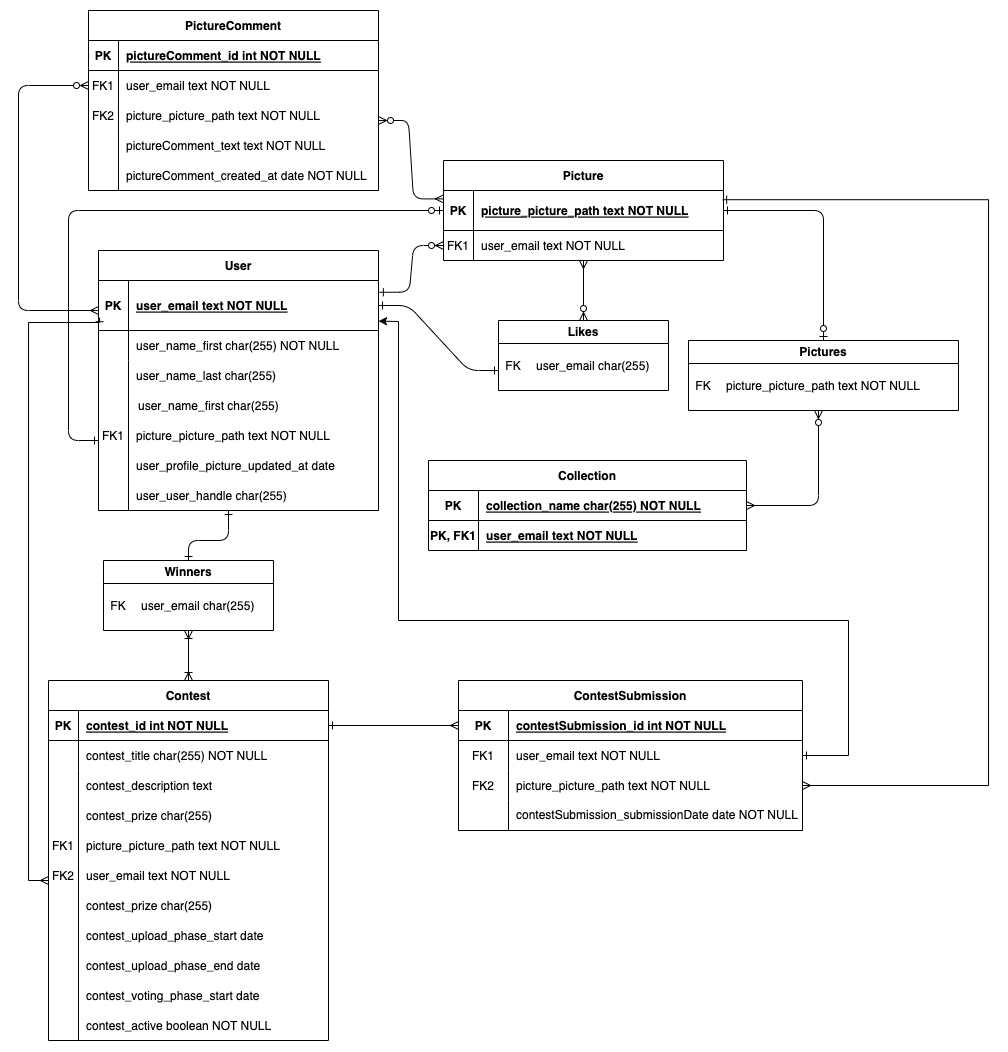
Above: Documentation/DataModel.png in runtimerevolution/revent-api (draw.io), before the change. Source tidied: cells renumbered, new cells last; positions are measured from the earlier drawing's top-left corner, leaving out a move shared by most shapes.
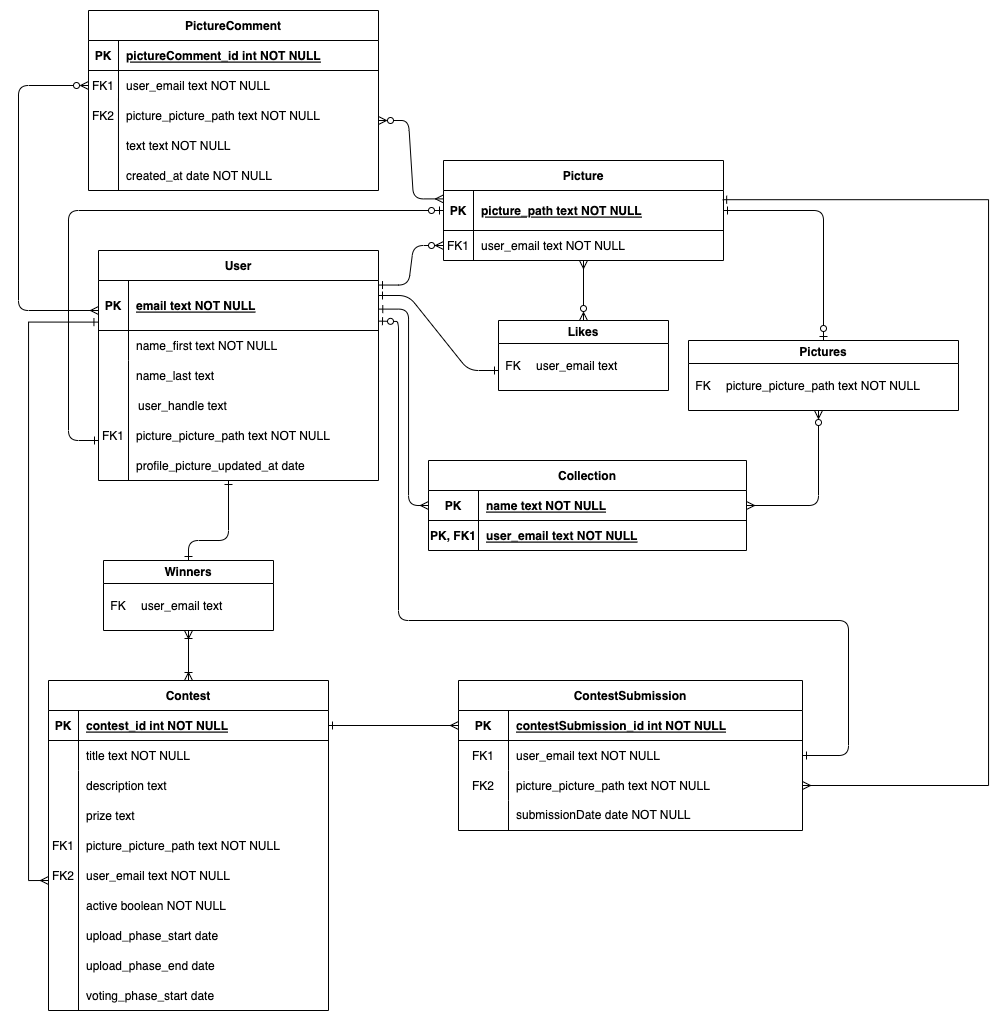
Above is the later version.

Commit message:
Fix data model

What changed in the source:
```diff
@@ -4,3 +4,3 @@
     <mxCell id="1" parent="0" />
-    <mxCell id="2" style="edgeStyle=entityRelationEdgeStyle;endArrow=ERzeroToMany;startArrow=ERone;endFill=1;startFill=0;exitX=1.003;exitY=0.235;exitDx=0;exitDy=0;exitPerimeter=0;" parent="1" edge="1" source="11" target="7">
+    <mxCell id="2" style="edgeStyle=entityRelationEdgeStyle;endArrow=ERzeroToMany;startArrow=ERone;endFill=1;startFill=0;exitX=1;exitY=0.091;exitDx=0;exitDy=0;exitPerimeter=0;" parent="1" edge="1" source="11" target="7">
       <mxGeometry relative="1" as="geometry" />
@@ -16,3 +16,3 @@
     </mxCell>
-    <mxCell id="6" value="picture_picture_path text NOT NULL " style="shape=partialRectangle;overflow=hidden;fillColor=none;top=0;left=0;bottom=0;right=0;align=left;spacingLeft=6;fontStyle=5;" parent="4" vertex="1">
+    <mxCell id="6" value="picture_path text NOT NULL " style="shape=partialRectangle;overflow=hidden;fillColor=none;top=0;left=0;bottom=0;right=0;align=left;spacingLeft=6;fontStyle=5;" parent="4" vertex="1">
       <mxGeometry x="30" width="250" height="40" as="geometry" />
@@ -29,3 +29,3 @@
     <mxCell id="10" value="User" style="shape=table;startSize=30;rowLines=0;fontStyle=1;align=center;" parent="1" vertex="1">
-      <mxGeometry x="80" y="240" width="280" height="260" as="geometry" />
+      <mxGeometry x="80" y="240" width="280" height="230" as="geometry" />
     </mxCell>
@@ -37,3 +37,3 @@
     </mxCell>
-    <mxCell id="13" value="user_email text NOT NULL" style="shape=partialRectangle;overflow=hidden;fillColor=none;top=0;left=0;bottom=0;right=0;align=left;spacingLeft=6;fontStyle=5;" parent="11" vertex="1">
+    <mxCell id="13" value="email text NOT NULL" style="shape=partialRectangle;overflow=hidden;fillColor=none;top=0;left=0;bottom=0;right=0;align=left;spacingLeft=6;fontStyle=5;" parent="11" vertex="1">
       <mxGeometry x="30" width="250" height="50" as="geometry" />
@@ -46,3 +46,3 @@
     </mxCell>
-    <mxCell id="16" value="user_name_first char(255) NOT NULL" style="shape=partialRectangle;overflow=hidden;fillColor=none;top=0;left=0;bottom=0;right=0;align=left;spacingLeft=6;" parent="14" vertex="1">
+    <mxCell id="16" value="name_first text NOT NULL" style="shape=partialRectangle;overflow=hidden;fillColor=none;top=0;left=0;bottom=0;right=0;align=left;spacingLeft=6;" parent="14" vertex="1">
       <mxGeometry x="30" width="250" height="30" as="geometry" />
@@ -52,3 +52,3 @@
     </mxCell>
-    <mxCell id="18" value="user_name_last char(255)" style="shape=partialRectangle;overflow=hidden;fillColor=none;top=0;left=0;bottom=0;right=0;align=left;spacingLeft=6;" parent="1" vertex="1">
+    <mxCell id="18" value="name_last text" style="shape=partialRectangle;overflow=hidden;fillColor=none;top=0;left=0;bottom=0;right=0;align=left;spacingLeft=6;" parent="1" vertex="1">
       <mxGeometry x="110" y="350" width="250" height="30" as="geometry" />
@@ -58,3 +58,3 @@
     </mxCell>
-    <mxCell id="20" value="user_name_first char(255)" style="shape=partialRectangle;overflow=hidden;fillColor=none;top=0;left=0;bottom=0;right=0;align=left;spacingLeft=6;" parent="1" vertex="1">
+    <mxCell id="20" value="user_handle text" style="shape=partialRectangle;overflow=hidden;fillColor=none;top=0;left=0;bottom=0;right=0;align=left;spacingLeft=6;" parent="1" vertex="1">
       <mxGeometry x="112" y="380" width="250" height="30" as="geometry" />
@@ -70,3 +70,3 @@
     </mxCell>
-    <mxCell id="24" value="user_profile_picture_updated_at date" style="shape=partialRectangle;overflow=hidden;fillColor=none;top=0;left=0;bottom=0;right=0;align=left;spacingLeft=6;" parent="1" vertex="1">
+    <mxCell id="24" value="profile_picture_updated_at date" style="shape=partialRectangle;overflow=hidden;fillColor=none;top=0;left=0;bottom=0;right=0;align=left;spacingLeft=6;" parent="1" vertex="1">
       <mxGeometry x="110" y="440" width="250" height="30" as="geometry" />
@@ -75,3 +75,3 @@
       <mxGeometry relative="1" as="geometry">
-        <mxPoint x="110" y="500" as="sourcePoint" />
+        <mxPoint x="110" y="470" as="sourcePoint" />
         <mxPoint x="110" y="350" as="targetPoint" />
@@ -79,8 +79,2 @@
     </mxCell>
-    <mxCell id="26" style="shape=partialRectangle;overflow=hidden;fillColor=none;top=0;left=0;bottom=0;right=0;" parent="1" vertex="1">
-      <mxGeometry x="80" y="470" width="30" height="30" as="geometry" />
-    </mxCell>
-    <mxCell id="27" value="user_user_handle char(255)" style="shape=partialRectangle;overflow=hidden;fillColor=none;top=0;left=0;bottom=0;right=0;align=left;spacingLeft=6;" parent="1" vertex="1">
-      <mxGeometry x="110" y="470" width="250" height="30" as="geometry" />
-    </mxCell>
     <mxCell id="28" value="Likes" style="swimlane;whiteSpace=wrap;html=1;" parent="1" vertex="1">
@@ -91,3 +85,3 @@
     </mxCell>
-    <mxCell id="30" value="user_email char(255)" style="shape=partialRectangle;overflow=hidden;fillColor=none;top=0;left=0;bottom=0;right=0;align=left;spacingLeft=6;" parent="28" vertex="1">
+    <mxCell id="30" value="user_email text" style="shape=partialRectangle;overflow=hidden;fillColor=none;top=0;left=0;bottom=0;right=0;align=left;spacingLeft=6;" parent="28" vertex="1">
       <mxGeometry x="30" y="30" width="250" height="30" as="geometry" />
@@ -97,4 +91,5 @@
     </mxCell>
-    <mxCell id="32" style="edgeStyle=entityRelationEdgeStyle;endArrow=ERone;startArrow=ERone;endFill=0;startFill=0;exitX=1;exitY=0.5;exitDx=0;exitDy=0;" parent="1" edge="1" source="11">
+    <mxCell id="32" style="edgeStyle=entityRelationEdgeStyle;endArrow=ERone;startArrow=ERone;endFill=0;startFill=0;" parent="1" edge="1">
       <mxGeometry relative="1" as="geometry">
+        <mxPoint x="360" y="285" as="sourcePoint" />
         <mxPoint x="480" y="360" as="targetPoint" />
@@ -138,3 +133,3 @@
     </mxCell>
-    <mxCell id="45" value="pictureComment_text text NOT NULL" style="shape=partialRectangle;overflow=hidden;fillColor=none;top=0;left=0;bottom=0;right=0;align=left;spacingLeft=6;" parent="43" vertex="1">
+    <mxCell id="45" value="text text NOT NULL" style="shape=partialRectangle;overflow=hidden;fillColor=none;top=0;left=0;bottom=0;right=0;align=left;spacingLeft=6;" parent="43" vertex="1">
       <mxGeometry x="30" width="250" height="30" as="geometry" />
@@ -147,3 +142,3 @@
     </mxCell>
-    <mxCell id="48" value="pictureComment_created_at date NOT NULL" style="shape=partialRectangle;overflow=hidden;fillColor=none;top=0;left=0;bottom=0;right=0;align=left;spacingLeft=6;" parent="46" vertex="1">
+    <mxCell id="48" value="created_at date NOT NULL" style="shape=partialRectangle;overflow=hidden;fillColor=none;top=0;left=0;bottom=0;right=0;align=left;spacingLeft=6;" parent="46" vertex="1">
       <mxGeometry x="30" width="250" height="30" as="geometry" />
@@ -170,3 +165,3 @@
     <mxCell id="52" value="Contest" style="shape=table;startSize=30;rowLines=0;fontStyle=1;align=center;" parent="1" vertex="1">
-      <mxGeometry x="30" y="670" width="280" height="360" as="geometry" />
+      <mxGeometry x="30" y="670" width="280" height="330" as="geometry" />
     </mxCell>
@@ -187,3 +182,3 @@
     </mxCell>
-    <mxCell id="58" value="contest_title char(255) NOT NULL" style="shape=partialRectangle;overflow=hidden;fillColor=none;top=0;left=0;bottom=0;right=0;align=left;spacingLeft=6;" parent="56" vertex="1">
+    <mxCell id="58" value="title text NOT NULL" style="shape=partialRectangle;overflow=hidden;fillColor=none;top=0;left=0;bottom=0;right=0;align=left;spacingLeft=6;" parent="56" vertex="1">
       <mxGeometry x="30" width="250" height="30" as="geometry" />
@@ -226,3 +221,3 @@
     </mxCell>
-    <mxCell id="71" value="contestSubmission_submissionDate date NOT NULL" style="shape=partialRectangle;fillColor=none;top=0;left=0;bottom=0;right=0;align=left;spacingLeft=6;fontStyle=0;overflow=hidden;whiteSpace=wrap;html=1;" parent="69" vertex="1">
+    <mxCell id="71" value="submissionDate date NOT NULL" style="shape=partialRectangle;fillColor=none;top=0;left=0;bottom=0;right=0;align=left;spacingLeft=6;fontStyle=0;overflow=hidden;whiteSpace=wrap;html=1;" parent="69" vertex="1">
       <mxGeometry x="50" width="294" height="30" as="geometry" />
@@ -232,3 +227,3 @@
     </mxCell>
-    <mxCell id="73" value="contest_description text" style="shape=partialRectangle;overflow=hidden;fillColor=none;top=0;left=0;bottom=0;right=0;align=left;spacingLeft=6;" parent="1" vertex="1">
+    <mxCell id="73" value="description text" style="shape=partialRectangle;overflow=hidden;fillColor=none;top=0;left=0;bottom=0;right=0;align=left;spacingLeft=6;" parent="1" vertex="1">
       <mxGeometry x="60" y="760" width="250" height="30" as="geometry" />
@@ -238,3 +233,3 @@
     </mxCell>
-    <mxCell id="75" value="contest_prize char(255)" style="shape=partialRectangle;overflow=hidden;fillColor=none;top=0;left=0;bottom=0;right=0;align=left;spacingLeft=6;" parent="1" vertex="1">
+    <mxCell id="75" value="prize text" style="shape=partialRectangle;overflow=hidden;fillColor=none;top=0;left=0;bottom=0;right=0;align=left;spacingLeft=6;" parent="1" vertex="1">
       <mxGeometry x="60" y="790" width="250" height="30" as="geometry" />
@@ -255,3 +250,3 @@
       <mxGeometry relative="1" as="geometry">
-        <mxPoint x="60" y="1030" as="sourcePoint" />
+        <mxPoint x="60" y="1000" as="sourcePoint" />
         <mxPoint x="60" y="760" as="targetPoint" />
@@ -262,3 +257,3 @@
     </mxCell>
-    <mxCell id="82" value="contest_prize char(255)" style="shape=partialRectangle;overflow=hidden;fillColor=none;top=0;left=0;bottom=0;right=0;align=left;spacingLeft=6;" parent="1" vertex="1">
+    <mxCell id="82" value="active boolean NOT NULL" style="shape=partialRectangle;overflow=hidden;fillColor=none;top=0;left=0;bottom=0;right=0;align=left;spacingLeft=6;" parent="1" vertex="1">
       <mxGeometry x="60" y="880" width="250" height="30" as="geometry" />
@@ -268,3 +263,3 @@
     </mxCell>
-    <mxCell id="84" value="contest_upload_phase_start date" style="shape=partialRectangle;overflow=hidden;fillColor=none;top=0;left=0;bottom=0;right=0;align=left;spacingLeft=6;" parent="1" vertex="1">
+    <mxCell id="84" value="upload_phase_start date" style="shape=partialRectangle;overflow=hidden;fillColor=none;top=0;left=0;bottom=0;right=0;align=left;spacingLeft=6;" parent="1" vertex="1">
       <mxGeometry x="60" y="910" width="250" height="30" as="geometry" />
@@ -274,3 +269,3 @@
     </mxCell>
-    <mxCell id="86" value="contest_upload_phase_end date" style="shape=partialRectangle;overflow=hidden;fillColor=none;top=0;left=0;bottom=0;right=0;align=left;spacingLeft=6;" parent="1" vertex="1">
+    <mxCell id="86" value="upload_phase_end date" style="shape=partialRectangle;overflow=hidden;fillColor=none;top=0;left=0;bottom=0;right=0;align=left;spacingLeft=6;" parent="1" vertex="1">
       <mxGeometry x="60" y="940" width="250" height="30" as="geometry" />
@@ -280,11 +275,5 @@
     </mxCell>
-    <mxCell id="88" value="contest_voting_phase_start date" style="shape=partialRectangle;overflow=hidden;fillColor=none;top=0;left=0;bottom=0;right=0;align=left;spacingLeft=6;" parent="1" vertex="1">
+    <mxCell id="88" value="voting_phase_start date" style="shape=partialRectangle;overflow=hidden;fillColor=none;top=0;left=0;bottom=0;right=0;align=left;spacingLeft=6;" parent="1" vertex="1">
       <mxGeometry x="60" y="970" width="250" height="30" as="geometry" />
     </mxCell>
-    <mxCell id="89" style="shape=partialRectangle;overflow=hidden;fillColor=none;top=0;left=0;bottom=0;right=0;" parent="1" vertex="1">
-      <mxGeometry x="30" y="1000" width="30" height="30" as="geometry" />
-    </mxCell>
-    <mxCell id="90" value="contest_active boolean NOT NULL" style="shape=partialRectangle;overflow=hidden;fillColor=none;top=0;left=0;bottom=0;right=0;align=left;spacingLeft=6;" parent="1" vertex="1">
-      <mxGeometry x="60" y="1000" width="250" height="30" as="geometry" />
-    </mxCell>
     <mxCell id="91" value="Winners" style="swimlane;whiteSpace=wrap;html=1;startSize=23;" parent="1" vertex="1">
@@ -295,3 +284,3 @@
     </mxCell>
-    <mxCell id="93" value="user_email char(255)" style="shape=partialRectangle;overflow=hidden;fillColor=none;top=0;left=0;bottom=0;right=0;align=left;spacingLeft=6;" parent="91" vertex="1">
+    <mxCell id="93" value="user_email text" style="shape=partialRectangle;overflow=hidden;fillColor=none;top=0;left=0;bottom=0;right=0;align=left;spacingLeft=6;" parent="91" vertex="1">
       <mxGeometry x="30" y="30" width="250" height="30" as="geometry" />
@@ -303,3 +292,3 @@
       <mxGeometry relative="1" as="geometry">
-        <mxPoint x="210" y="500" as="targetPoint" />
+        <mxPoint x="210" y="470" as="targetPoint" />
         <Array as="points">
@@ -310,3 +299,3 @@
     </mxCell>
-    <mxCell id="96" style="edgeStyle=orthogonalEdgeStyle;rounded=0;jettySize=auto;html=1;entryX=0.004;entryY=0.744;entryDx=0;entryDy=0;entryPerimeter=0;endArrow=ERone;endFill=0;startArrow=ERmany;startFill=0;" parent="1" edge="1" target="11">
+    <mxCell id="96" style="edgeStyle=orthogonalEdgeStyle;rounded=0;jettySize=auto;html=1;endArrow=ERone;endFill=0;startArrow=ERmany;startFill=0;entryX=-0.002;entryY=0.832;entryDx=0;entryDy=0;entryPerimeter=0;" parent="1" edge="1" target="11">
       <mxGeometry relative="1" as="geometry">
@@ -337,3 +326,3 @@
     </mxCell>
-    <mxCell id="103" value="collection_name char(255) NOT NULL" style="shape=partialRectangle;overflow=hidden;fillColor=none;top=0;left=0;bottom=0;right=0;align=left;spacingLeft=6;fontStyle=5;" parent="101" vertex="1">
+    <mxCell id="103" value="name text NOT NULL" style="shape=partialRectangle;overflow=hidden;fillColor=none;top=0;left=0;bottom=0;right=0;align=left;spacingLeft=6;fontStyle=5;" parent="101" vertex="1">
       <mxGeometry x="50" width="268" height="30" as="geometry" />
@@ -367,3 +356,3 @@
     </mxCell>
-    <mxCell id="110" style="endArrow=classic;html=1;rounded=0;exitX=1;exitY=0.5;exitDx=0;exitDy=0;entryX=1;entryY=0.812;entryDx=0;entryDy=0;entryPerimeter=0;startArrow=ERone;startFill=0;" parent="1" edge="1" source="63" target="11">
+    <mxCell id="110" style="endArrow=ERzeroToOne;html=1;rounded=1;exitX=1;exitY=0.5;exitDx=0;exitDy=0;entryX=1;entryY=0.812;entryDx=0;entryDy=0;entryPerimeter=0;startArrow=ERone;startFill=0;endFill=0;" parent="1" edge="1" source="63" target="11">
       <mxGeometry relative="1" as="geometry">
@@ -394,2 +383,10 @@
     </mxCell>
+    <mxCell id="113" style="edgeStyle=orthogonalEdgeStyle;rounded=1;jettySize=auto;html=1;exitX=0;exitY=0.5;exitDx=0;exitDy=0;entryX=1.001;entryY=0.572;entryDx=0;entryDy=0;entryPerimeter=0;startArrow=ERmany;startFill=0;endArrow=ERone;endFill=0;" parent="1" edge="1" source="101" target="11">
+      <mxGeometry relative="1" as="geometry">
+        <Array as="points">
+          <mxPoint x="390" y="495" />
+          <mxPoint x="390" y="299" />
+        </Array>
+      </mxGeometry>
+    </mxCell>
   </root>
```
